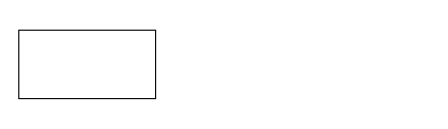
Earlier version of the draw.io diagram 未命名绘图.drawio (liuxu030206/drawio). Source tidied: cells renumbered, new cells numbered last; positions are measured from the earlier drawing's top-left corner, leaving out a move shared by most shapes. Both pictures are drawn from the tidied source at 114%, with x=0, y=0 at pixel (18, 30).
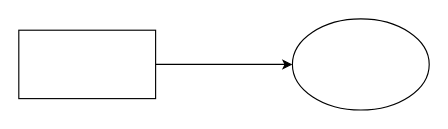
Above is the later version.

Commit message:
更新未命名绘图.drawio

What changed in the source:
```diff
@@
 <mxGraphModel>
   <root>
     <mxCell id="0" />
     <mxCell id="1" parent="0" />
+    <mxCell id="3" style="edgeStyle=orthogonalEdgeStyle;rounded=0;jettySize=auto;html=1;exitX=1;exitY=0.5;exitDx=0;exitDy=0;entryX=0;entryY=0.5;entryDx=0;entryDy=0;" parent="1" edge="1" source="2" target="4">
+      <mxGeometry relative="1" as="geometry" />
+    </mxCell>
     <mxCell id="2" style="rounded=0;whiteSpace=wrap;html=1;" parent="1" vertex="1">
       <mxGeometry width="120" height="60" as="geometry" />
     </mxCell>
+    <mxCell id="4" style="ellipse;whiteSpace=wrap;html=1;" parent="1" vertex="1">
+      <mxGeometry x="240" y="-10" width="120" height="80" as="geometry" />
+    </mxCell>
   </root>
 </mxGraphModel>
```
